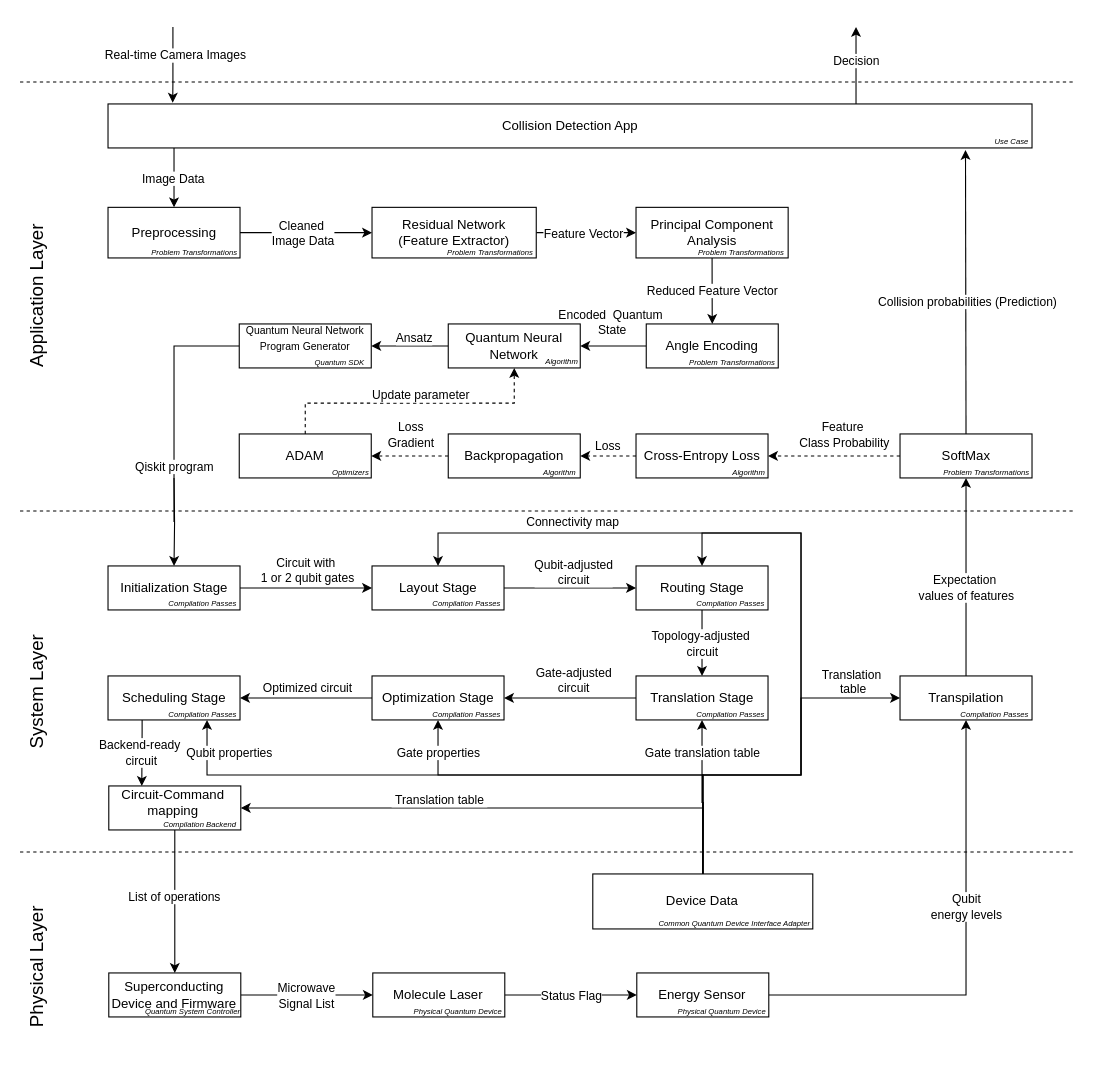
Above: page "scenario4" (4 of 4) of docs/scenario-based-analysis/images/scenarios.drawio in FullStaQD/architecture (draw.io), before the change. Source tidied: cells renumbered, new cells numbered last; positions are measured from the earlier drawing's top-left corner, leaving out a move shared by most shapes. Both pictures are drawn from the tidied source at 110%, with x=0, y=0 at pixel (-57, 26).
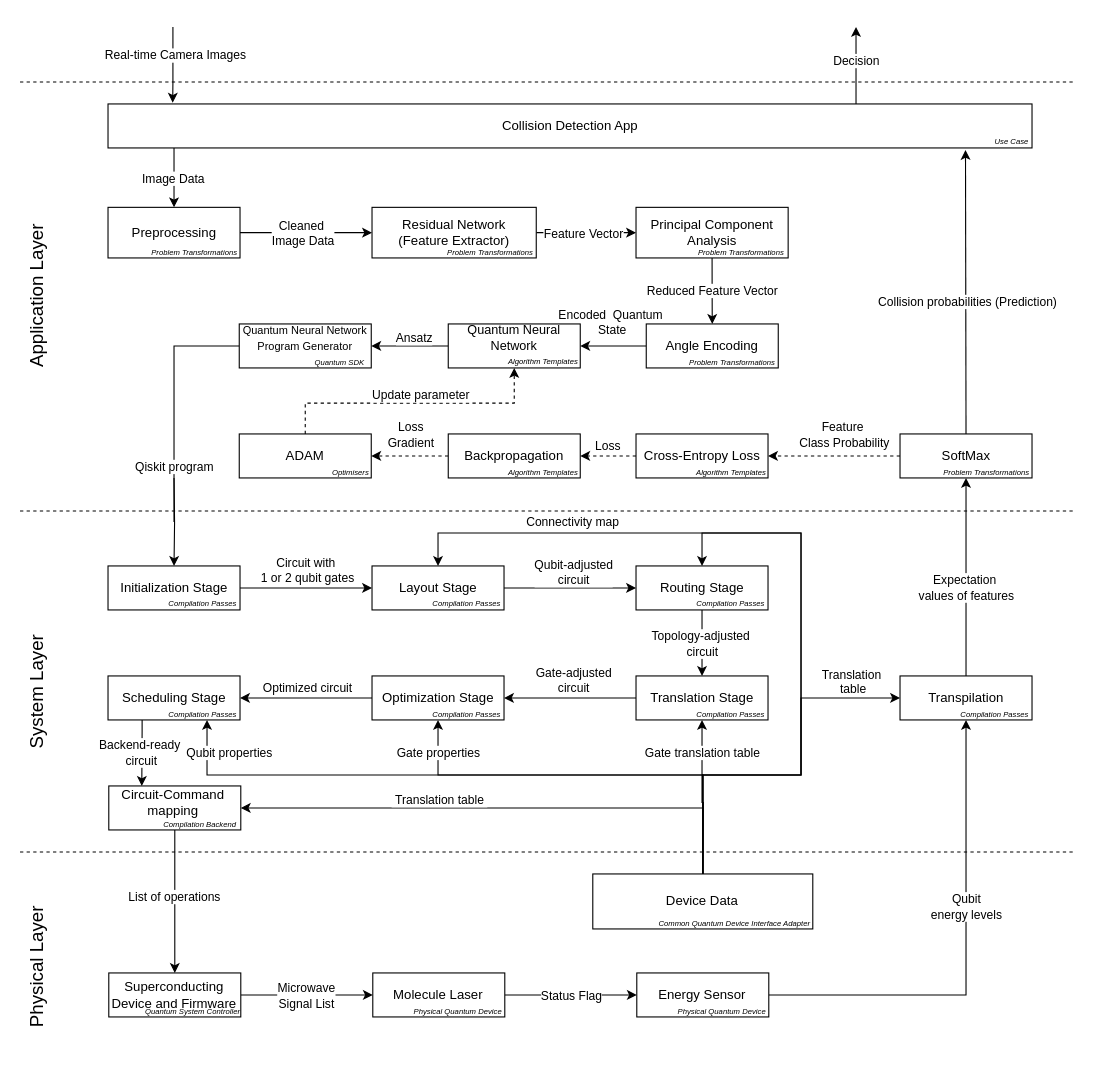
The same diagram, later.

Diff of the diagram source:
```diff
@@
-    <mxCell id="24" value="Quantum Neural Network" style="rounded=0;whiteSpace=wrap;html=1;" parent="1" vertex="1">
+    <mxCell id="24" value="&lt;font style=&quot;font-size: 11.5px;&quot;&gt;Quantum Neural Network&lt;/font&gt;&lt;div&gt;&lt;br&gt;&lt;/div&gt;" style="rounded=0;whiteSpace=wrap;html=1;" parent="1" vertex="1">
       <mxGeometry x="459" y="270" width="120" height="40" as="geometry" />
     </mxCell>
@@
-    <mxCell id="97" value="&lt;i&gt;&lt;font style=&quot;font-size: 7px;&quot;&gt;Algorithm&lt;/font&gt;&lt;/i&gt;" style="text;html=1;whiteSpace=wrap;strokeColor=none;fillColor=none;align=center;verticalAlign=middle;rounded=0;" parent="1" vertex="1">
-      <mxGeometry x="505" y="295" width="114.7" height="16" as="geometry" />
+    <mxCell id="97" value="&lt;i&gt;&lt;font style=&quot;font-size: 7px;&quot;&gt;Algorithm Templates&lt;/font&gt;&lt;/i&gt;" style="text;html=1;whiteSpace=wrap;strokeColor=none;fillColor=none;align=center;verticalAlign=middle;rounded=0;" parent="1" vertex="1">
+      <mxGeometry x="488" y="295" width="114.7" height="16" as="geometry" />
     </mxCell>
-    <mxCell id="98" value="&lt;i&gt;&lt;font style=&quot;font-size: 7px;&quot;&gt;Optimizers&lt;/font&gt;&lt;/i&gt;" style="text;html=1;whiteSpace=wrap;strokeColor=none;fillColor=none;align=center;verticalAlign=middle;rounded=0;" parent="1" vertex="1">
+    <mxCell id="98" value="&lt;i&gt;&lt;font style=&quot;font-size: 7px;&quot;&gt;Optimisers&lt;/font&gt;&lt;/i&gt;" style="text;html=1;whiteSpace=wrap;strokeColor=none;fillColor=none;align=center;verticalAlign=middle;rounded=0;" parent="1" vertex="1">
       <mxGeometry x="313" y="396" width="114.7" height="16" as="geometry" />
     </mxCell>
-    <mxCell id="99" value="&lt;i&gt;&lt;font style=&quot;font-size: 7px;&quot;&gt;Algorithm&lt;/font&gt;&lt;/i&gt;" style="text;html=1;whiteSpace=wrap;strokeColor=none;fillColor=none;align=center;verticalAlign=middle;rounded=0;" parent="1" vertex="1">
-      <mxGeometry x="675" y="396" width="114.7" height="16" as="geometry" />
+    <mxCell id="99" value="&lt;i&gt;&lt;font style=&quot;font-size: 7px;&quot;&gt;Algorithm Templates&lt;/font&gt;&lt;/i&gt;" style="text;html=1;whiteSpace=wrap;strokeColor=none;fillColor=none;align=center;verticalAlign=middle;rounded=0;" parent="1" vertex="1">
+      <mxGeometry x="659" y="396" width="114.7" height="16" as="geometry" />
     </mxCell>
-    <mxCell id="100" value="&lt;i&gt;&lt;font style=&quot;font-size: 7px;&quot;&gt;Algorithm&lt;/font&gt;&lt;/i&gt;" style="text;html=1;whiteSpace=wrap;strokeColor=none;fillColor=none;align=center;verticalAlign=middle;rounded=0;" parent="1" vertex="1">
-      <mxGeometry x="503" y="396" width="114.7" height="16" as="geometry" />
+    <mxCell id="100" value="&lt;i&gt;&lt;font style=&quot;font-size: 7px;&quot;&gt;Algorithm Templates&lt;/font&gt;&lt;/i&gt;" style="text;html=1;whiteSpace=wrap;strokeColor=none;fillColor=none;align=center;verticalAlign=middle;rounded=0;" parent="1" vertex="1">
+      <mxGeometry x="488" y="396" width="114.7" height="16" as="geometry" />
     </mxCell>
@@
-    <mxCell id="116" value="&lt;font style=&quot;font-size: 9.5px;&quot;&gt;Quantum Neural Network Program Generator&lt;/font&gt;&lt;div&gt;&lt;font style=&quot;font-size: 8px;&quot;&gt;&lt;br&gt;&lt;/font&gt;&lt;/div&gt;" style="rounded=0;whiteSpace=wrap;html=1;" parent="1" vertex="1">
+    <mxCell id="116" value="&lt;font style=&quot;font-size: 10px;&quot;&gt;Quantum Neural Network Program Generator&lt;/font&gt;&lt;div&gt;&lt;font style=&quot;font-size: 8px;&quot;&gt;&lt;br&gt;&lt;/font&gt;&lt;/div&gt;" style="rounded=0;whiteSpace=wrap;html=1;" parent="1" vertex="1">
       <mxGeometry x="269" y="270" width="120" height="40" as="geometry" />
     </mxCell>
```
